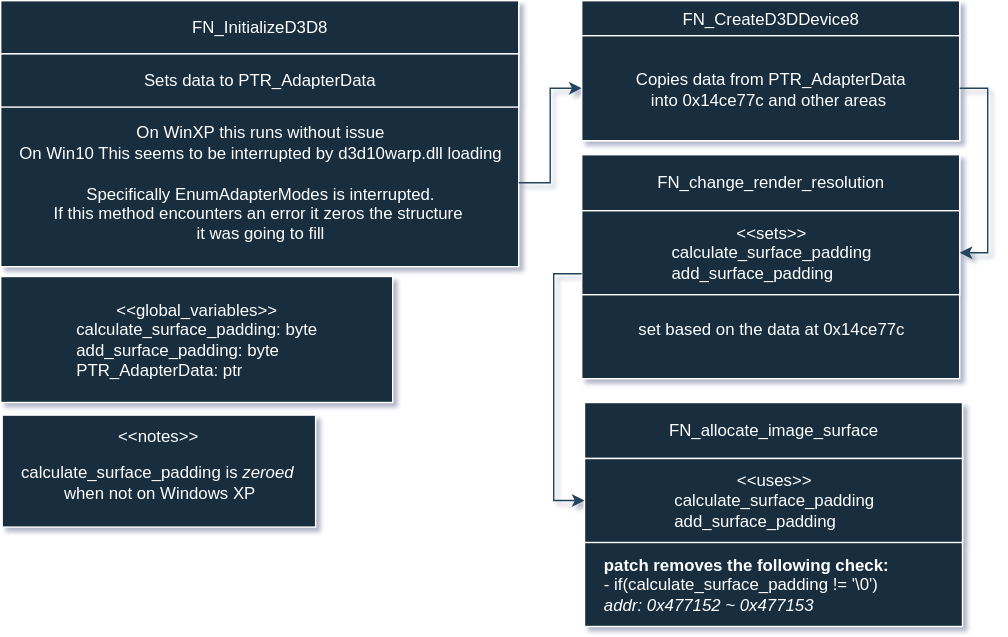
Before: flowchart.svg, a diagram exported from draw.io (muddykat-tech/Gold-Guild-Patch). Source tidied: cells renumbered, new cells last; positions are measured from the earlier drawing's top-left corner, leaving out a move shared by most shapes.
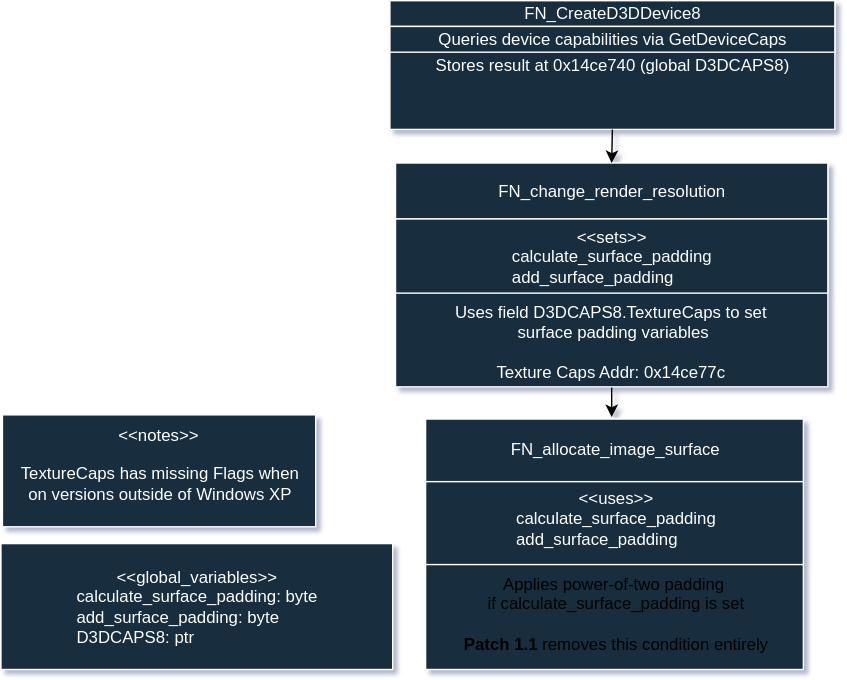
Above is the later version.

What changed in the source:
```diff
@@ -2,92 +2,76 @@
   <root>
     <mxCell id="0" />
     <mxCell id="1" parent="0" />
-    <mxCell id="2" value="&lt;div&gt;&amp;lt;&amp;lt;global_variables&amp;gt;&amp;gt;&lt;/div&gt;&lt;div align=&quot;left&quot;&gt;calculate_surface_padding:&amp;nbsp;byte&lt;/div&gt;&lt;div align=&quot;left&quot;&gt;add_surface_padding:&amp;nbsp;byte&lt;/div&gt;&lt;div align=&quot;left&quot;&gt;PTR_AdapterData: ptr&lt;/div&gt;" style="html=1;whiteSpace=wrap;rounded=0;labelBackgroundColor=none;fillColor=#182E3E;strokeColor=#FFFFFF;fontColor=#FFFFFF;" parent="1" vertex="1">
-      <mxGeometry y="197" width="280" height="90" as="geometry" />
-    </mxCell>
     <mxCell id="3" style="group;rounded=0;labelBackgroundColor=none;fontColor=#FFFFFF;" parent="1" vertex="1">
-      <mxGeometry x="417" y="287" width="270" height="160" as="geometry" />
+      <mxGeometry x="501.5" y="263" width="270" height="179" as="geometry" />
     </mxCell>
     <mxCell id="4" style="rounded=0;whiteSpace=wrap;html=1;labelBackgroundColor=none;fillColor=#182E3E;strokeColor=#FFFFFF;fontColor=#FFFFFF;" parent="3" vertex="1">
-      <mxGeometry width="270" height="160" as="geometry" />
+      <mxGeometry width="270" height="179" as="geometry" />
     </mxCell>
     <mxCell id="5" value="FN_allocate_image_surface" style="rounded=0;whiteSpace=wrap;html=1;labelBackgroundColor=none;fillColor=#182E3E;strokeColor=#FFFFFF;fontColor=#FFFFFF;" parent="3" vertex="1">
-      <mxGeometry width="270" height="40" as="geometry" />
+      <mxGeometry width="270" height="44.8" as="geometry" />
     </mxCell>
-    <mxCell id="6" value="&lt;div align=&quot;left&quot;&gt;&lt;b&gt;patch removes the following check:&lt;/b&gt;&lt;/div&gt;&lt;div align=&quot;left&quot;&gt;- if(calculate_surface_padding != '\0')&lt;br&gt;&lt;i&gt;addr: 0x477152 ~ 0x477153&lt;/i&gt;&lt;/div&gt;" style="text;html=1;align=center;verticalAlign=middle;strokeColor=none;fillColor=none;rounded=0;labelBackgroundColor=none;fontColor=#FFFFFF;" parent="3" vertex="1">
-      <mxGeometry y="100" width="230" height="60" as="geometry" />
-    </mxCell>
     <mxCell id="7" style="rounded=0;whiteSpace=wrap;html=1;align=left;labelBackgroundColor=none;fillColor=#182E3E;strokeColor=#FFFFFF;fontColor=#FFFFFF;" parent="3" vertex="1">
-      <mxGeometry y="40" width="270" height="60" as="geometry" />
+      <mxGeometry y="44.8" width="270" height="59.2" as="geometry" />
     </mxCell>
     <mxCell id="8" value="&lt;div&gt;&amp;lt;&amp;lt;uses&amp;gt;&amp;gt;&lt;/div&gt;&lt;div align=&quot;left&quot;&gt;calculate_surface_padding&lt;/div&gt;&lt;div align=&quot;left&quot;&gt;add_surface_padding&lt;/div&gt;" style="text;html=1;align=center;verticalAlign=middle;strokeColor=none;fillColor=none;rounded=0;labelBackgroundColor=none;fontColor=#FFFFFF;" parent="3" vertex="1">
-      <mxGeometry x="50" y="40" width="170" height="60" as="geometry" />
+      <mxGeometry x="50" y="41" width="170" height="60" as="geometry" />
     </mxCell>
+    <mxCell id="31" value="&lt;div&gt;Applies power-of-two padding&amp;nbsp;&lt;/div&gt;&lt;div&gt;if calculate_surface_padding is set&lt;/div&gt;&lt;div&gt;&lt;br&gt;&lt;/div&gt;&lt;div&gt;&lt;b&gt;Patch 1.1&lt;/b&gt; removes this condition entirely&lt;/div&gt;" style="text;html=1;align=center;verticalAlign=middle;strokeColor=none;fillColor=none;" parent="3" vertex="1">
+      <mxGeometry x="17.5" y="104" width="235" height="70" as="geometry" />
+    </mxCell>
     <mxCell id="9" style="group;rounded=0;labelBackgroundColor=none;fontColor=#FFFFFF;" parent="1" vertex="1">
-      <mxGeometry x="415" y="110" width="270" height="160" as="geometry" />
+      <mxGeometry x="480" y="80" width="309" height="163" as="geometry" />
     </mxCell>
+    <mxCell id="32" style="edgeStyle=orthogonalEdgeStyle;rounded=0;jettySize=auto;html=1;exitX=0.5;exitY=1;exitDx=0;exitDy=0;" parent="9" edge="1" source="10">
+      <mxGeometry relative="1" as="geometry">
+        <mxPoint x="154.5" y="181.6" as="targetPoint" />
+      </mxGeometry>
+    </mxCell>
     <mxCell id="10" style="rounded=0;whiteSpace=wrap;html=1;labelBackgroundColor=none;fillColor=#182E3E;strokeColor=#FFFFFF;fontColor=#FFFFFF;" parent="9" vertex="1">
-      <mxGeometry width="270" height="160" as="geometry" />
+      <mxGeometry width="309" height="160" as="geometry" />
     </mxCell>
     <mxCell id="11" value="&lt;div&gt;FN_change_render_resolution&lt;/div&gt;" style="rounded=0;whiteSpace=wrap;html=1;labelBackgroundColor=none;fillColor=#182E3E;strokeColor=#FFFFFF;fontColor=#FFFFFF;" parent="9" vertex="1">
-      <mxGeometry width="270" height="40" as="geometry" />
+      <mxGeometry width="309" height="40" as="geometry" />
     </mxCell>
     <mxCell id="12" style="rounded=0;whiteSpace=wrap;html=1;align=left;labelBackgroundColor=none;fillColor=#182E3E;strokeColor=#FFFFFF;fontColor=#FFFFFF;" parent="9" vertex="1">
-      <mxGeometry y="40" width="270" height="60" as="geometry" />
+      <mxGeometry y="40" width="309" height="53" as="geometry" />
     </mxCell>
     <mxCell id="13" value="&lt;div&gt;&amp;lt;&amp;lt;sets&amp;gt;&amp;gt;&lt;/div&gt;&lt;div align=&quot;left&quot;&gt;calculate_surface_padding&lt;/div&gt;&lt;div align=&quot;left&quot;&gt;add_surface_padding&lt;/div&gt;" style="text;html=1;align=center;verticalAlign=middle;strokeColor=none;fillColor=none;rounded=0;labelBackgroundColor=none;fontColor=#FFFFFF;" parent="9" vertex="1">
-      <mxGeometry x="50" y="40" width="170" height="60" as="geometry" />
+      <mxGeometry x="69.5" y="36.5" width="170" height="60" as="geometry" />
     </mxCell>
-    <mxCell id="14" value="set based on the data at 0x14ce77c" style="text;html=1;align=center;verticalAlign=middle;strokeColor=none;fillColor=none;rounded=0;labelBackgroundColor=none;fontColor=#FFFFFF;" parent="9" vertex="1">
-      <mxGeometry x="30" y="110" width="210" height="30" as="geometry" />
+    <mxCell id="14" value="&lt;div&gt;Uses field D3DCAPS8.TextureCaps to set&amp;nbsp;&lt;/div&gt;&lt;div&gt;surface padding variables&lt;/div&gt;&lt;br&gt;Texture Caps Addr: 0x14ce77c&amp;nbsp;" style="text;html=1;align=center;verticalAlign=middle;strokeColor=none;fillColor=none;rounded=0;labelBackgroundColor=none;fontColor=#FFFFFF;" parent="9" vertex="1">
+      <mxGeometry x="33" y="93" width="245" height="70" as="geometry" />
     </mxCell>
-    <mxCell id="15" style="group;rounded=0;labelBackgroundColor=none;fontColor=#FFFFFF;" parent="1" vertex="1">
-      <mxGeometry x="415" width="270" height="100" as="geometry" />
-    </mxCell>
-    <mxCell id="16" style="rounded=0;whiteSpace=wrap;html=1;labelBackgroundColor=none;fillColor=#182E3E;strokeColor=#FFFFFF;fontColor=#FFFFFF;" parent="15" vertex="1">
-      <mxGeometry width="270" height="100" as="geometry" />
-    </mxCell>
-    <mxCell id="17" value="FN_CreateD3DDevice8" style="rounded=0;whiteSpace=wrap;html=1;labelBackgroundColor=none;fillColor=#182E3E;strokeColor=#FFFFFF;fontColor=#FFFFFF;" parent="15" vertex="1">
-      <mxGeometry width="270" height="25" as="geometry" />
-    </mxCell>
-    <mxCell id="18" value="&lt;div align=&quot;center&quot;&gt;Copies data from PTR_AdapterData into&amp;nbsp;0x14ce77c and other areas&amp;nbsp;&lt;/div&gt;" style="rounded=0;whiteSpace=wrap;html=1;align=center;labelBackgroundColor=none;fillColor=#182E3E;strokeColor=#FFFFFF;fontColor=#FFFFFF;" parent="15" vertex="1">
-      <mxGeometry y="25" width="270" height="75" as="geometry" />
-    </mxCell>
     <mxCell id="19" style="group;rounded=0;labelBackgroundColor=none;fontColor=#FFFFFF;" parent="1" vertex="1">
-      <mxGeometry width="370" height="190" as="geometry" />
+      <mxGeometry x="476" y="-36" width="320" height="92" as="geometry" />
     </mxCell>
-    <mxCell id="20" style="rounded=0;whiteSpace=wrap;html=1;labelBackgroundColor=none;fillColor=#182E3E;strokeColor=#FFFFFF;fontColor=#FFFFFF;" parent="19" vertex="1">
-      <mxGeometry width="370" height="190" as="geometry" />
+    <mxCell id="20" value="Stores result at 0x14ce740 (global D3DCAPS8)" style="rounded=0;whiteSpace=wrap;html=1;labelBackgroundColor=none;fillColor=#182E3E;strokeColor=#FFFFFF;fontColor=#FFFFFF;" parent="19" vertex="1">
+      <mxGeometry width="318" height="92" as="geometry" />
     </mxCell>
-    <mxCell id="21" value="FN_InitializeD3D8" style="rounded=0;whiteSpace=wrap;html=1;labelBackgroundColor=none;fillColor=#182E3E;strokeColor=#FFFFFF;fontColor=#FFFFFF;" parent="19" vertex="1">
-      <mxGeometry width="370" height="38" as="geometry" />
+    <mxCell id="21" value="FN_CreateD3DDevice8" style="rounded=0;whiteSpace=wrap;html=1;labelBackgroundColor=none;fillColor=#182E3E;strokeColor=#FFFFFF;fontColor=#FFFFFF;" parent="19" vertex="1">
+      <mxGeometry width="318" height="18.4" as="geometry" />
     </mxCell>
-    <mxCell id="22" value="&lt;div align=&quot;center&quot;&gt;Sets data to PTR_AdapterData&lt;/div&gt;" style="rounded=0;whiteSpace=wrap;html=1;align=center;labelBackgroundColor=none;fillColor=#182E3E;strokeColor=#FFFFFF;fontColor=#FFFFFF;" parent="19" vertex="1">
-      <mxGeometry y="38" width="370" height="38" as="geometry" />
+    <mxCell id="22" value="Queries device capabilities via GetDeviceCaps" style="rounded=0;whiteSpace=wrap;html=1;align=center;labelBackgroundColor=none;fillColor=#182E3E;strokeColor=#FFFFFF;fontColor=#FFFFFF;" parent="19" vertex="1">
+      <mxGeometry y="18.4" width="318" height="18.4" as="geometry" />
     </mxCell>
-    <mxCell id="23" value="&lt;div&gt;On WinXP this runs without issue&lt;/div&gt;&lt;div&gt;On Win10 This seems to be interrupted by d3d10warp.dll loading&lt;/div&gt;&lt;div&gt;&lt;br&gt;&lt;/div&gt;&lt;div&gt;Specifically EnumAdapterModes is interrupted.&lt;br&gt;If this method encounters an error it zeros the structure&amp;nbsp;&lt;/div&gt;&lt;div&gt;it was going to fill&lt;/div&gt;" style="text;html=1;align=center;verticalAlign=middle;points=[];strokeColor=none;fillColor=none;rounded=0;labelBackgroundColor=none;fontColor=#FFFFFF;" parent="19" vertex="1">
-      <mxGeometry y="80" width="370" height="100" as="geometry" />
-    </mxCell>
-    <mxCell id="24" style="group;rounded=0;labelBackgroundColor=none;fontColor=#FFFFFF;" parent="1" vertex="1">
-      <mxGeometry y="296" width="226" height="80" as="geometry" />
-    </mxCell>
+    <mxCell id="33" style="edgeStyle=orthogonalEdgeStyle;rounded=0;jettySize=auto;html=1;exitX=0.5;exitY=1;exitDx=0;exitDy=0;entryX=0.5;entryY=0;entryDx=0;entryDy=0;" parent="1" edge="1" source="20" target="11">
+      <mxGeometry relative="1" as="geometry" />
+    </mxCell>
+    <mxCell id="34" value="&lt;div&gt;&amp;lt;&amp;lt;global_variables&amp;gt;&amp;gt;&lt;/div&gt;&lt;div align=&quot;left&quot;&gt;calculate_surface_padding:&amp;nbsp;byte&lt;/div&gt;&lt;div align=&quot;left&quot;&gt;add_surface_padding:&amp;nbsp;byte&lt;/div&gt;&lt;div align=&quot;left&quot;&gt;D3DCAPS8: ptr&lt;/div&gt;" style="html=1;whiteSpace=wrap;rounded=0;labelBackgroundColor=none;fillColor=#182E3E;strokeColor=#FFFFFF;fontColor=#FFFFFF;" parent="1" vertex="1">
+      <mxGeometry x="198" y="352" width="280" height="90" as="geometry" />
+    </mxCell>
+    <mxCell id="35" style="group;rounded=0;labelBackgroundColor=none;fontColor=#FFFFFF;" parent="1" vertex="1">
+      <mxGeometry x="198" y="260" width="226" height="80" as="geometry" />
+    </mxCell>
-    <mxCell id="25" style="rounded=0;whiteSpace=wrap;html=1;labelBackgroundColor=none;fillColor=#182E3E;strokeColor=#FFFFFF;fontColor=#FFFFFF;" parent="24" vertex="1">
+    <mxCell id="25" style="rounded=0;whiteSpace=wrap;html=1;labelBackgroundColor=none;fillColor=#182E3E;strokeColor=#FFFFFF;fontColor=#FFFFFF;" parent="35" vertex="1">
       <mxGeometry x="1.1" width="223.9" height="80" as="geometry" />
     </mxCell>
-    <mxCell id="26" value="&amp;lt;&amp;lt;notes&amp;gt;&amp;gt;" style="text;html=1;align=center;verticalAlign=middle;strokeColor=none;fillColor=none;rounded=0;labelBackgroundColor=none;fontColor=#FFFFFF;" parent="24" vertex="1">
+    <mxCell id="26" value="&amp;lt;&amp;lt;notes&amp;gt;&amp;gt;" style="text;html=1;align=center;verticalAlign=middle;strokeColor=none;fillColor=none;rounded=0;labelBackgroundColor=none;fontColor=#FFFFFF;" parent="35" vertex="1">
       <mxGeometry x="71.9" width="80" height="30" as="geometry" />
     </mxCell>
-    <mxCell id="27" value="&lt;div&gt;calculate_surface_padding is &lt;i&gt;zeroed&amp;nbsp;&lt;/i&gt;&lt;/div&gt;&lt;div&gt;when not on Windows XP&lt;/div&gt;" style="text;html=1;align=center;verticalAlign=middle;strokeColor=none;fillColor=none;rounded=0;labelBackgroundColor=none;fontColor=#FFFFFF;" parent="24" vertex="1">
-      <mxGeometry x="3" y="28" width="220" height="40" as="geometry" />
-    </mxCell>
-    <mxCell id="28" style="edgeStyle=orthogonalEdgeStyle;rounded=0;jettySize=auto;html=1;exitX=1;exitY=0.5;exitDx=0;exitDy=0;entryX=1;entryY=0.5;entryDx=0;entryDy=0;labelBackgroundColor=none;strokeColor=#23445D;fontColor=default;" parent="1" edge="1" source="18" target="12">
-      <mxGeometry relative="1" as="geometry" />
-    </mxCell>
-    <mxCell id="29" style="edgeStyle=orthogonalEdgeStyle;rounded=0;jettySize=auto;html=1;labelBackgroundColor=none;strokeColor=#23445D;fontColor=default;" parent="1" edge="1" source="23" target="18">
-      <mxGeometry relative="1" as="geometry" />
-    </mxCell>
-    <mxCell id="30" style="edgeStyle=orthogonalEdgeStyle;rounded=0;jettySize=auto;html=1;exitX=0;exitY=0.75;exitDx=0;exitDy=0;entryX=0;entryY=0.5;entryDx=0;entryDy=0;labelBackgroundColor=none;strokeColor=#23445D;fontColor=default;" parent="1" edge="1" source="12" target="7">
-      <mxGeometry relative="1" as="geometry" />
-    </mxCell>
+    <mxCell id="36" value="&lt;div&gt;TextureCaps has missing Flags when&lt;/div&gt;&lt;div&gt;on versions outside of Windows XP&lt;/div&gt;" style="text;html=1;align=center;verticalAlign=middle;strokeColor=none;fillColor=none;rounded=0;labelBackgroundColor=none;fontColor=#FFFFFF;" parent="35" vertex="1">
+      <mxGeometry x="4" y="28" width="218" height="41" as="geometry" />
+    </mxCell>
   </root>
 </mxGraphModel>
```
